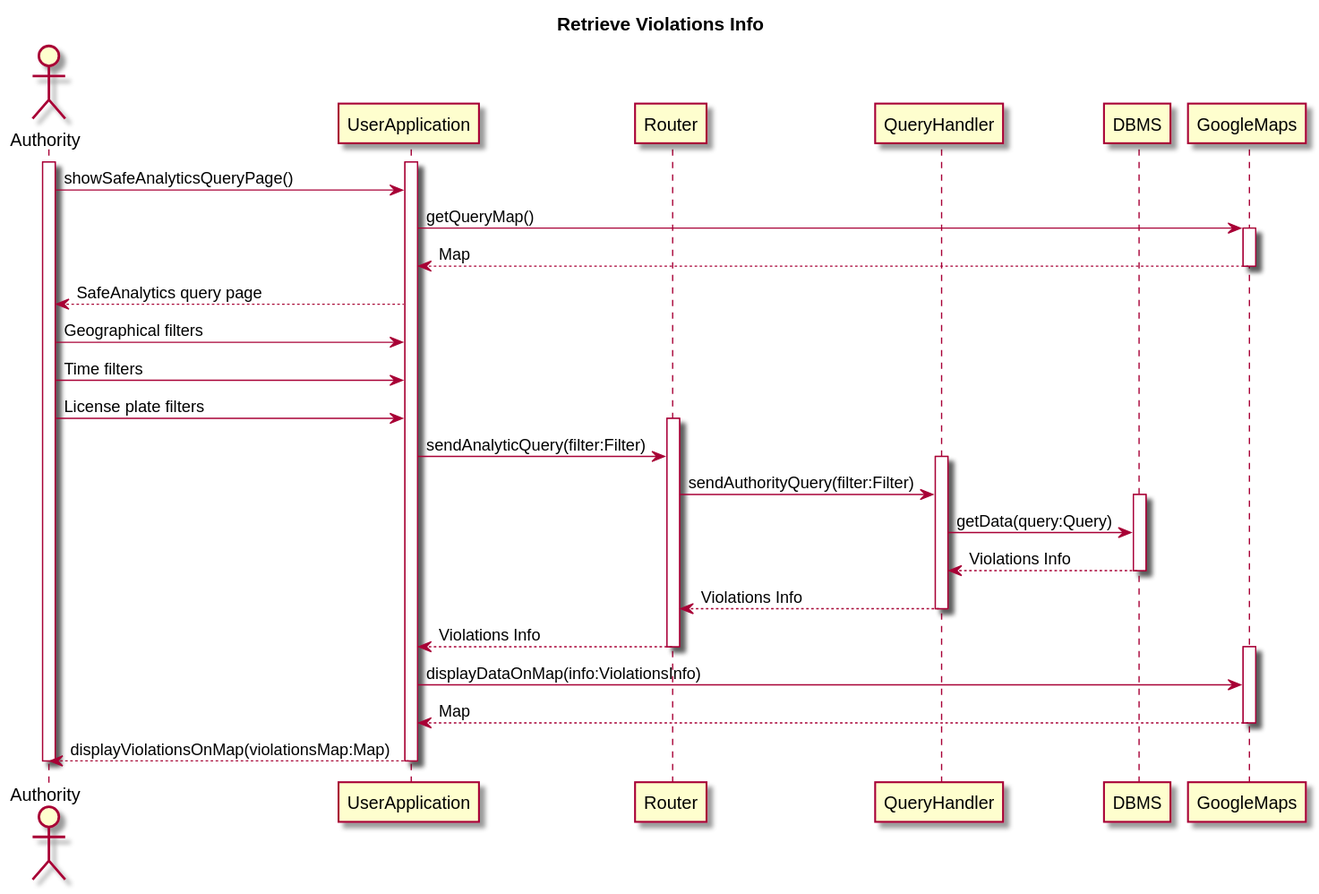
This is DD/resources/retrieve_violation_info.svg from simonebraga/software_engineering_project_2020, a PlantUML export, as it was before one commit.
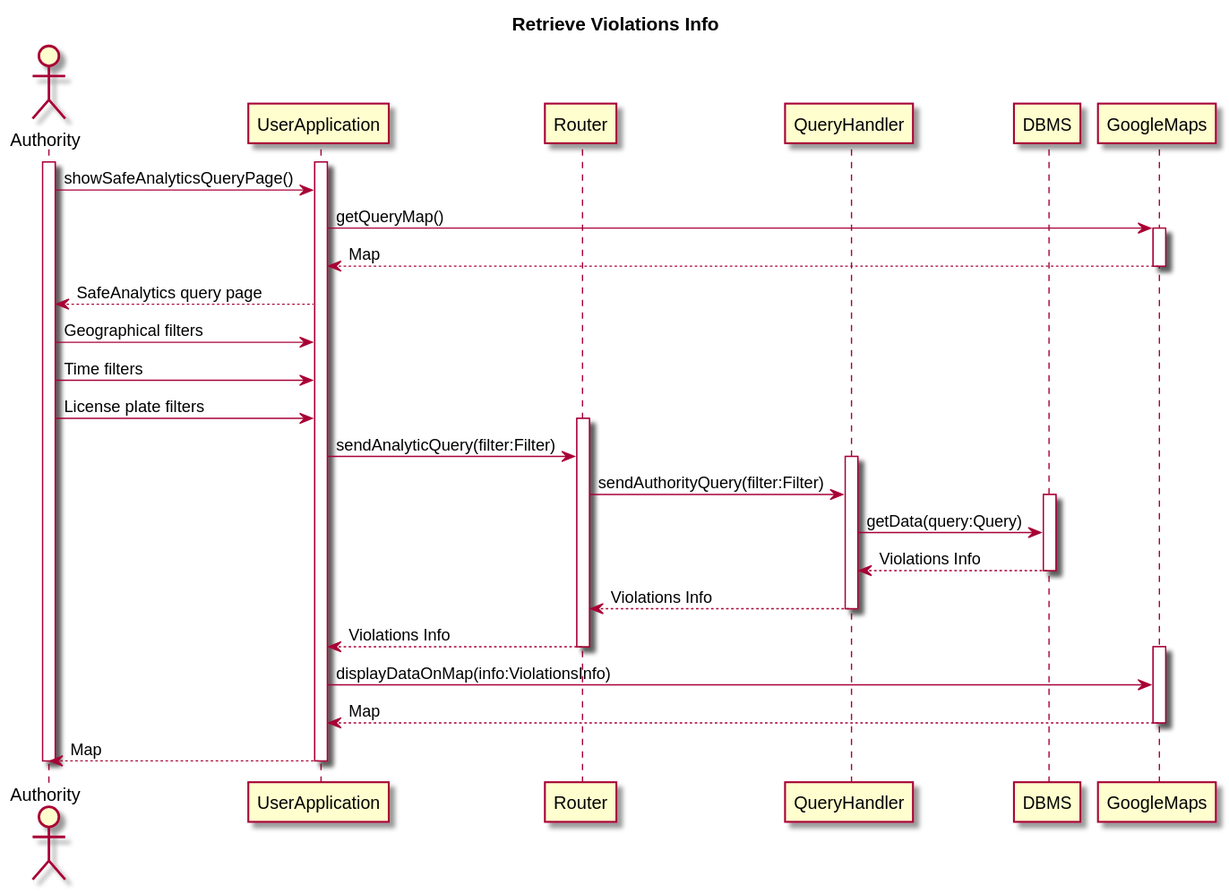
After the commit.

Diff of the diagram source:
```diff
@@ -50,7 +50,7 @@
 
     deactivate google
 
-    app --> auth : displayViolationsOnMap(violationsMap:Map)
+    app --> auth : Map
 
 deactivate app
 deactivate auth
```
